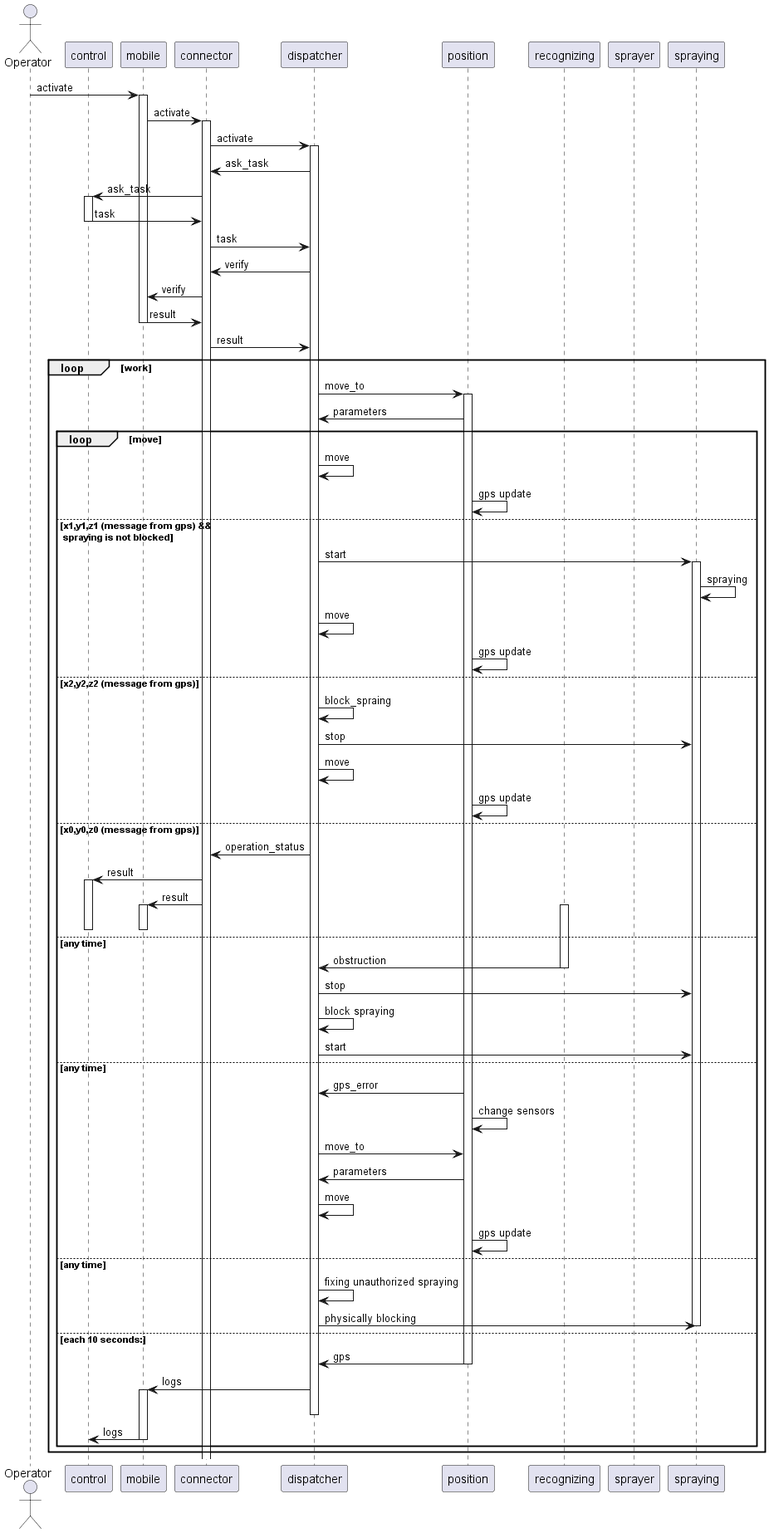
The PlantUML diagram pics/sd.png in sergey-sobolev/cyberimmune-systems-case-study-drone, before a commit. Source of this version:
```plantuml
@startuml
actor "Operator" as c
participant control
participant mobile
participant connector
participant dispatcher
participant position
participant recognizing
participant sprayer



c -> mobile++: activate
mobile -> connector++: activate
connector -> dispatcher++: activate
dispatcher -> connector: ask_task
connector -> control++: ask_task
control -> connector: task
control--
connector -> dispatcher: task

dispatcher -> connector: verify
connector -> mobile: verify
mobile -> connector: result
mobile--
connector -> dispatcher: result
loop work
dispatcher -> position++: move_to
position -> dispatcher: parameters
loop move
dispatcher -> dispatcher: move
position -> position: gps update
else x1,y1,z1 (message from gps) &&\n spraying is not blocked
dispatcher -> spraying++: start
spraying -> spraying: spraying
dispatcher -> dispatcher: move
position -> position: gps update
else x2,y2,z2 (message from gps)
dispatcher -> dispatcher: block_spraing
dispatcher -> spraying: stop
dispatcher -> dispatcher: move
position -> position: gps update
else x0,y0,z0 (message from gps)
dispatcher -> connector: operation_status
connector -> control++: result
connector -> mobile++: result
control--
mobile--
else any time
recognizing++
recognizing -> dispatcher: obstruction
recognizing--
dispatcher -> spraying: stop
dispatcher -> dispatcher: block spraying
dispatcher -> spraying: start
else any time
position -> dispatcher: gps_error
position -> position: change sensors
dispatcher -> position: move_to
position -> dispatcher: parameters
dispatcher -> dispatcher: move
position -> position: gps update
else any time
dispatcher -> dispatcher: fixing unauthorized spraying
dispatcher -> spraying: physically blocking
spraying--
else each 10 seconds:
position -> dispatcher: gps
position--
dispatcher -> mobile++: logs
dispatcher--
mobile -> control: logs
mobile--
control--
end
end


@enduml
```
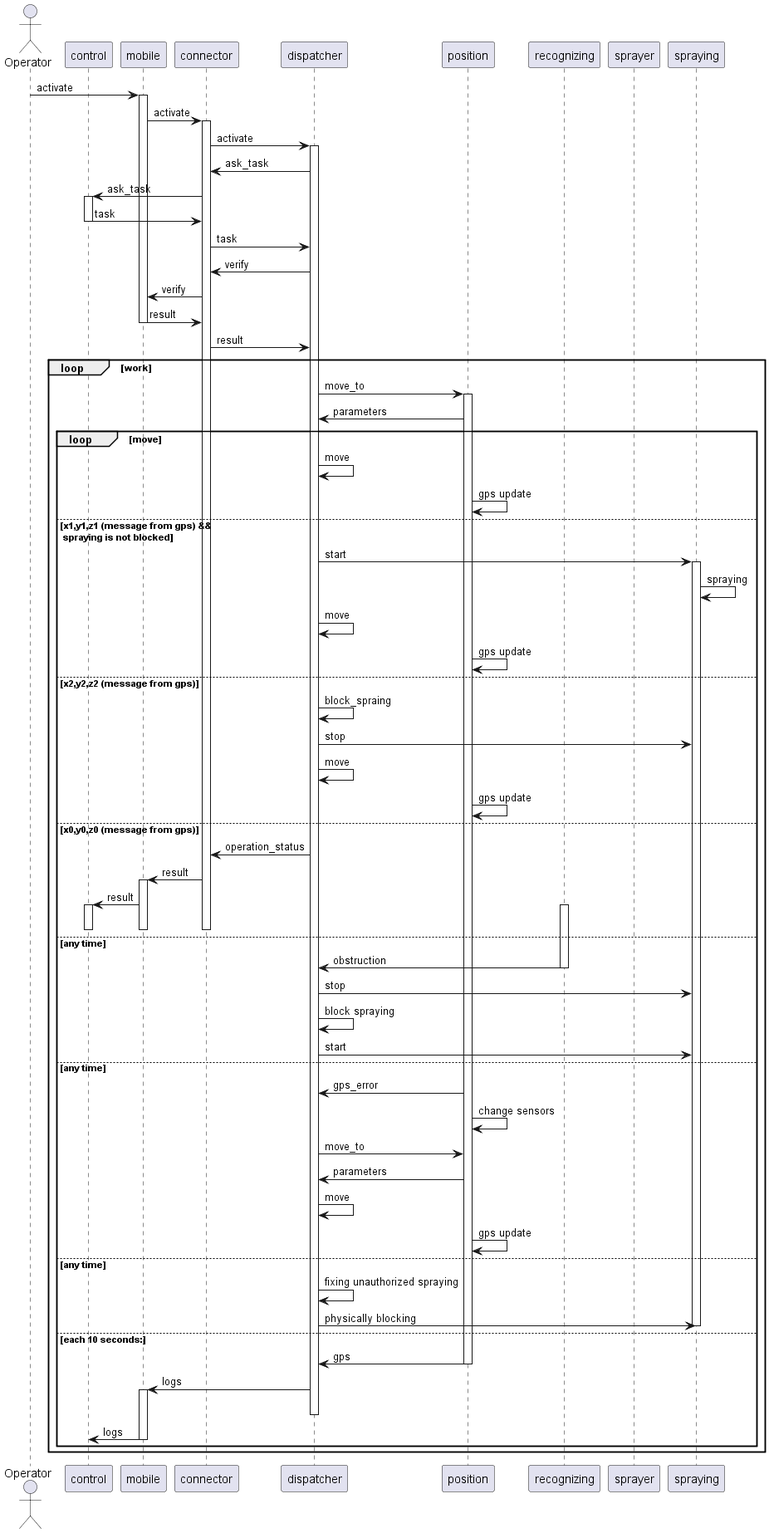
Above is the later version.

What changed in the source:
```diff
@@ -42,8 +42,9 @@
 position -> position: gps update
 else x0,y0,z0 (message from gps)
 dispatcher -> connector: operation_status
-connector -> control++: result
 connector -> mobile++: result
+mobile -> control++: result
+connector--
 control--
 mobile--
 else any time
```
